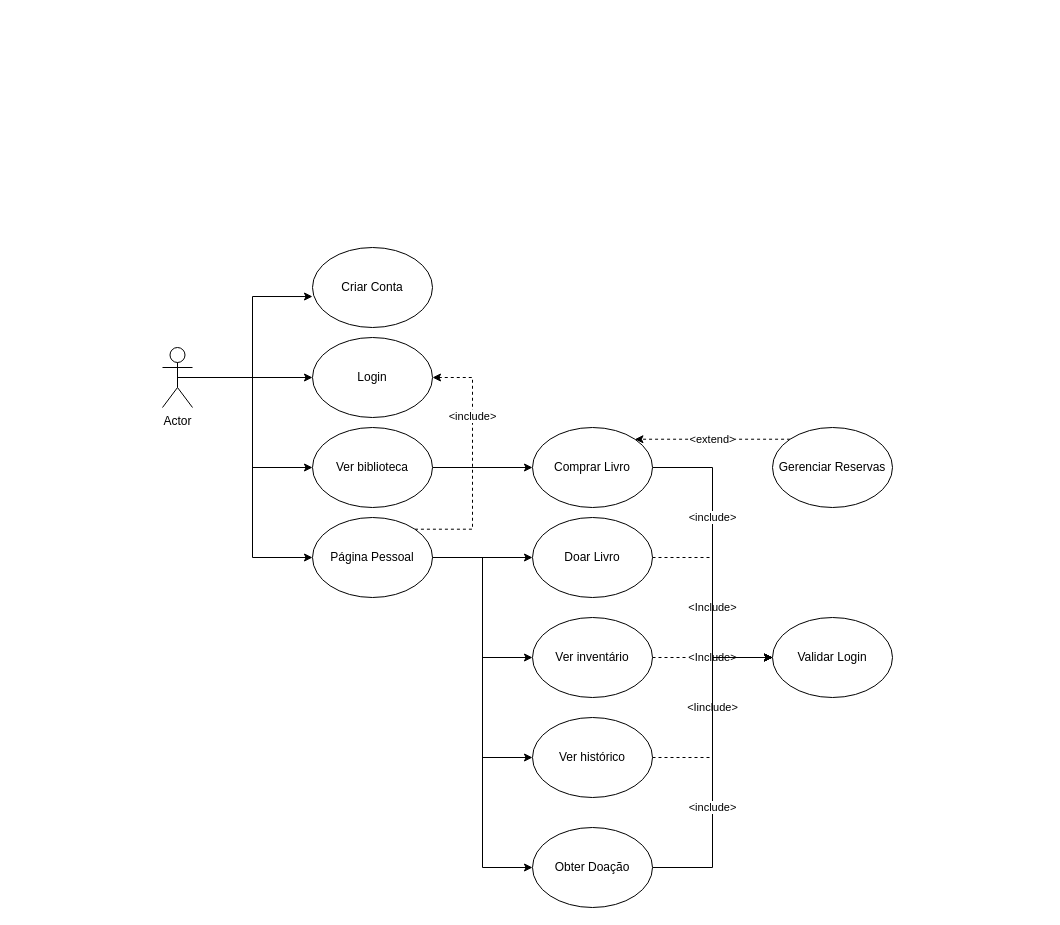
Earlier version of the draw.io diagram Diagrama sem nome.drawio (lucaspercisi/UFFS). Source tidied: cells renumbered, new cells numbered last; positions are measured from the earlier drawing's top-left corner, leaving out a move shared by most shapes. Both pictures are drawn from the tidied source at 100%, with x=0, y=0 at pixel (162, 247).
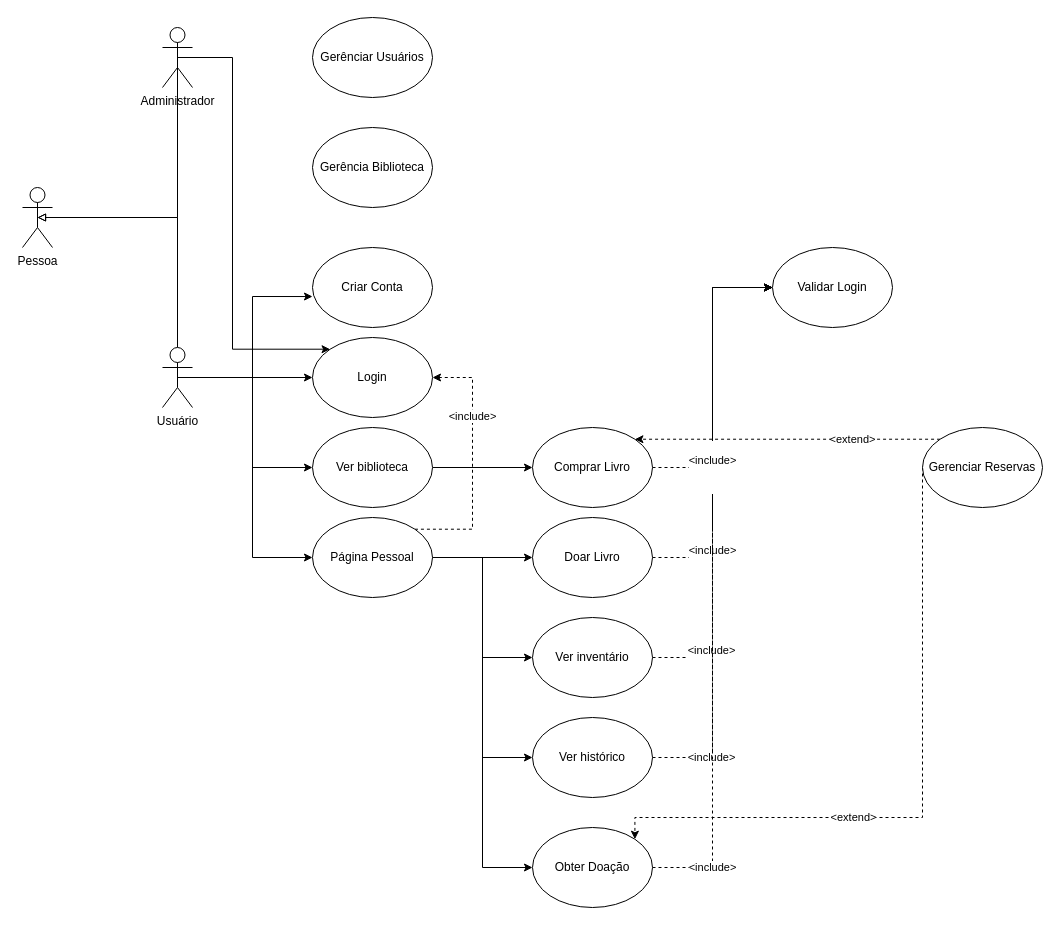
The same page after the edit.

Commit message:
Adicionado admin

The change refers to these unchanged cells:
```xml
<mxCell id="10" value="Login" style="ellipse;whiteSpace=wrap;html=1;" parent="1" vertex="1">
  <mxGeometry x="150" y="90" width="120" height="80" as="geometry" />
</mxCell>
<mxCell id="19" value="Doar Livro" style="ellipse;whiteSpace=wrap;html=1;" parent="1" vertex="1">
  <mxGeometry x="370" y="270" width="120" height="80" as="geometry" />
</mxCell>
<mxCell id="21" value="Ver inventário" style="ellipse;whiteSpace=wrap;html=1;" parent="1" vertex="1">
  <mxGeometry x="370" y="370" width="120" height="80" as="geometry" />
</mxCell>
<mxCell id="23" value="Ver histórico" style="ellipse;whiteSpace=wrap;html=1;" parent="1" vertex="1">
  <mxGeometry x="370" y="470" width="120" height="80" as="geometry" />
</mxCell>
<mxCell id="26" value="Obter Doação" style="ellipse;whiteSpace=wrap;html=1;" parent="1" vertex="1">
  <mxGeometry x="370" y="580" width="120" height="80" as="geometry" />
</mxCell>
<mxCell id="28" value="Comprar Livro" style="ellipse;whiteSpace=wrap;html=1;" parent="1" vertex="1">
  <mxGeometry x="370" y="180" width="120" height="80" as="geometry" />
</mxCell>
```

Diff of the diagram source:
```diff
@@
+    <mxCell id="31" style="edgeStyle=orthogonalEdgeStyle;rounded=0;jettySize=auto;html=1;exitX=0.5;exitY=0;exitDx=0;exitDy=0;exitPerimeter=0;entryX=0.5;entryY=0.5;entryDx=0;entryDy=0;entryPerimeter=0;endArrow=block;endFill=0;" parent="1" edge="1" source="6" target="37">
+      <mxGeometry relative="1" as="geometry">
+        <Array as="points">
+          <mxPoint x="15" y="-30" />
+        </Array>
+      </mxGeometry>
+    </mxCell>
-    <mxCell id="6" value="Actor" style="shape=umlActor;verticalLabelPosition=bottom;verticalAlign=top;html=1;outlineConnect=0;" parent="1" vertex="1">
+    <mxCell id="6" value="Usuário" style="shape=umlActor;verticalLabelPosition=bottom;verticalAlign=top;html=1;outlineConnect=0;" parent="1" vertex="1">
       <mxGeometry y="100" width="30" height="60" as="geometry" />
     </mxCell>
@@
-    <mxCell id="18" value="&amp;lt;Include&amp;gt;" style="edgeStyle=orthogonalEdgeStyle;rounded=0;jettySize=auto;html=1;exitX=1;exitY=0.5;exitDx=0;exitDy=0;entryX=0;entryY=0.5;entryDx=0;entryDy=0;dashed=1;" parent="1" edge="1" source="19" target="24">
-      <mxGeometry relative="1" as="geometry" />
+    <mxCell id="18" value="&#10;&lt;span style=&quot;color: rgb(0, 0, 0); font-family: Helvetica; font-size: 11px; font-style: normal; font-variant-ligatures: normal; font-variant-caps: normal; font-weight: 400; letter-spacing: normal; orphans: 2; text-align: center; text-indent: 0px; text-transform: none; widows: 2; word-spacing: 0px; -webkit-text-stroke-width: 0px; background-color: rgb(255, 255, 255); text-decoration-thickness: initial; text-decoration-style: initial; text-decoration-color: initial; float: none; display: inline !important;&quot;&gt;&amp;lt;include&amp;gt;&lt;/span&gt;&#10;&#10;" style="edgeStyle=orthogonalEdgeStyle;rounded=0;jettySize=auto;html=1;exitX=1;exitY=0.5;exitDx=0;exitDy=0;entryX=0;entryY=0.5;entryDx=0;entryDy=0;dashed=1;" parent="1" edge="1" source="19" target="24">
+      <mxGeometry x="-0.69" relative="1" as="geometry" />
     </mxCell>
@@
-    <mxCell id="20" value="&amp;lt;Include&amp;gt;" style="edgeStyle=orthogonalEdgeStyle;rounded=0;jettySize=auto;html=1;exitX=1;exitY=0.5;exitDx=0;exitDy=0;dashed=1;" parent="1" edge="1" source="21">
-      <mxGeometry relative="1" as="geometry">
-        <mxPoint x="610" y="410" as="targetPoint" />
-      </mxGeometry>
-    </mxCell>
+    <mxCell id="32" value="&#10;&lt;span style=&quot;color: rgb(0, 0, 0); font-family: Helvetica; font-size: 11px; font-style: normal; font-variant-ligatures: normal; font-variant-caps: normal; font-weight: 400; letter-spacing: normal; orphans: 2; text-align: center; text-indent: 0px; text-transform: none; widows: 2; word-spacing: 0px; -webkit-text-stroke-width: 0px; background-color: rgb(255, 255, 255); text-decoration-thickness: initial; text-decoration-style: initial; text-decoration-color: initial; float: none; display: inline !important;&quot;&gt;&amp;lt;include&amp;gt;&lt;/span&gt;&#10;&#10;" style="edgeStyle=orthogonalEdgeStyle;rounded=0;jettySize=auto;html=1;exitX=1;exitY=0.5;exitDx=0;exitDy=0;entryX=0;entryY=0.5;entryDx=0;entryDy=0;dashed=1;" parent="1" edge="1" source="21" target="24">
+      <mxGeometry x="-0.76" relative="1" as="geometry" />
+    </mxCell>
@@
-    <mxCell id="22" value="&amp;lt;Iinclude&amp;gt;" style="edgeStyle=orthogonalEdgeStyle;rounded=0;jettySize=auto;html=1;exitX=1;exitY=0.5;exitDx=0;exitDy=0;entryX=0;entryY=0.5;entryDx=0;entryDy=0;dashed=1;" parent="1" edge="1" source="23" target="24">
-      <mxGeometry relative="1" as="geometry" />
+    <mxCell id="22" value="&amp;lt;include&amp;gt;" style="edgeStyle=orthogonalEdgeStyle;rounded=0;jettySize=auto;html=1;exitX=1;exitY=0.5;exitDx=0;exitDy=0;entryX=0;entryY=0.5;entryDx=0;entryDy=0;dashed=1;" parent="1" edge="1" source="23" target="24">
+      <mxGeometry x="-0.8" relative="1" as="geometry" />
     </mxCell>
@@
     <mxCell id="24" value="Validar Login" style="ellipse;whiteSpace=wrap;html=1;" parent="1" vertex="1">
-      <mxGeometry x="610" y="370" width="120" height="80" as="geometry" />
+      <mxGeometry x="610" width="120" height="80" as="geometry" />
     </mxCell>
-    <mxCell id="25" value="&amp;lt;include&amp;gt;" style="edgeStyle=orthogonalEdgeStyle;rounded=0;jettySize=auto;html=1;exitX=1;exitY=0.5;exitDx=0;exitDy=0;entryX=0;entryY=0.5;entryDx=0;entryDy=0;" parent="1" edge="1" source="26" target="24">
-      <mxGeometry x="-0.27" relative="1" as="geometry">
-        <Array as="points">
-          <mxPoint x="550" y="620" />
-          <mxPoint x="550" y="410" />
-        </Array>
-      </mxGeometry>
+    <mxCell id="25" value="&amp;lt;include&amp;gt;" style="edgeStyle=orthogonalEdgeStyle;rounded=0;jettySize=auto;html=1;exitX=1;exitY=0.5;exitDx=0;exitDy=0;entryX=0;entryY=0.5;entryDx=0;entryDy=0;dashed=1;" parent="1" edge="1" source="26" target="24">
+      <mxGeometry x="-0.83" relative="1" as="geometry" />
     </mxCell>
@@
-    <mxCell id="27" value="&amp;lt;include&amp;gt;" style="edgeStyle=orthogonalEdgeStyle;rounded=0;jettySize=auto;html=1;exitX=1;exitY=0.5;exitDx=0;exitDy=0;entryX=0;entryY=0.5;entryDx=0;entryDy=0;" parent="1" edge="1" source="28" target="24">
-      <mxGeometry x="-0.29" relative="1" as="geometry" />
+    <mxCell id="27" value="&#10;&lt;span style=&quot;color: rgb(0, 0, 0); font-family: Helvetica; font-size: 11px; font-style: normal; font-variant-ligatures: normal; font-variant-caps: normal; font-weight: 400; letter-spacing: normal; orphans: 2; text-align: center; text-indent: 0px; text-transform: none; widows: 2; word-spacing: 0px; -webkit-text-stroke-width: 0px; background-color: rgb(255, 255, 255); text-decoration-thickness: initial; text-decoration-style: initial; text-decoration-color: initial; float: none; display: inline !important;&quot;&gt;&amp;lt;include&amp;gt;&lt;/span&gt;&#10;&#10;" style="edgeStyle=orthogonalEdgeStyle;rounded=0;jettySize=auto;html=1;exitX=1;exitY=0.5;exitDx=0;exitDy=0;entryX=0;entryY=0.5;entryDx=0;entryDy=0;dashed=1;" parent="1" edge="1" source="28" target="24">
+      <mxGeometry x="-0.6" relative="1" as="geometry" />
     </mxCell>
@@
     <mxCell id="29" value="&amp;lt;extend&amp;gt;" style="edgeStyle=orthogonalEdgeStyle;rounded=0;jettySize=auto;html=1;exitX=0;exitY=0;exitDx=0;exitDy=0;entryX=1;entryY=0;entryDx=0;entryDy=0;dashed=1;" parent="1" edge="1" source="30" target="28">
-      <mxGeometry relative="1" as="geometry" />
+      <mxGeometry x="-0.43" relative="1" as="geometry">
+        <mxPoint x="-1" as="offset" />
+      </mxGeometry>
     </mxCell>
+    <mxCell id="33" value="&amp;lt;extend&amp;gt;" style="edgeStyle=orthogonalEdgeStyle;rounded=0;jettySize=auto;html=1;exitX=0;exitY=0.5;exitDx=0;exitDy=0;entryX=1;entryY=0;entryDx=0;entryDy=0;dashed=1;" parent="1" edge="1" source="30" target="26">
+      <mxGeometry x="0.27" relative="1" as="geometry">
+        <Array as="points">
+          <mxPoint x="760" y="570" />
+          <mxPoint x="472" y="570" />
+        </Array>
+      </mxGeometry>
+    </mxCell>
     <mxCell id="30" value="Gerenciar Reservas" style="ellipse;whiteSpace=wrap;html=1;" parent="1" vertex="1">
-      <mxGeometry x="610" y="180" width="120" height="80" as="geometry" />
+      <mxGeometry x="760" y="180" width="120" height="80" as="geometry" />
     </mxCell>
+    <mxCell id="34" style="edgeStyle=orthogonalEdgeStyle;rounded=0;jettySize=auto;html=1;exitX=0.5;exitY=0.5;exitDx=0;exitDy=0;exitPerimeter=0;entryX=0.5;entryY=0.5;entryDx=0;entryDy=0;entryPerimeter=0;endArrow=block;endFill=0;" parent="1" edge="1" source="36" target="37">
+      <mxGeometry relative="1" as="geometry">
+        <Array as="points">
+          <mxPoint x="15" y="-30" />
+        </Array>
+      </mxGeometry>
+    </mxCell>
+    <mxCell id="35" style="edgeStyle=orthogonalEdgeStyle;rounded=0;jettySize=auto;html=1;exitX=0.5;exitY=0.5;exitDx=0;exitDy=0;exitPerimeter=0;entryX=0;entryY=0;entryDx=0;entryDy=0;endArrow=classic;endFill=1;" parent="1" edge="1" source="36" target="10">
+      <mxGeometry relative="1" as="geometry">
+        <Array as="points">
+          <mxPoint x="70" y="-190" />
+          <mxPoint x="70" y="102" />
+        </Array>
+      </mxGeometry>
+    </mxCell>
+    <mxCell id="36" value="Administrador" style="shape=umlActor;verticalLabelPosition=bottom;verticalAlign=top;html=1;outlineConnect=0;" parent="1" vertex="1">
+      <mxGeometry y="-220" width="30" height="60" as="geometry" />
+    </mxCell>
+    <mxCell id="37" value="Pessoa" style="shape=umlActor;verticalLabelPosition=bottom;verticalAlign=top;html=1;outlineConnect=0;" parent="1" vertex="1">
+      <mxGeometry x="-140" y="-60" width="30" height="60" as="geometry" />
+    </mxCell>
+    <mxCell id="38" value="Gerência Biblioteca" style="ellipse;whiteSpace=wrap;html=1;" parent="1" vertex="1">
+      <mxGeometry x="150" y="-120" width="120" height="80" as="geometry" />
+    </mxCell>
+    <mxCell id="39" value="Gerênciar Usuários" style="ellipse;whiteSpace=wrap;html=1;" parent="1" vertex="1">
+      <mxGeometry x="150" y="-230" width="120" height="80" as="geometry" />
+    </mxCell>
```
